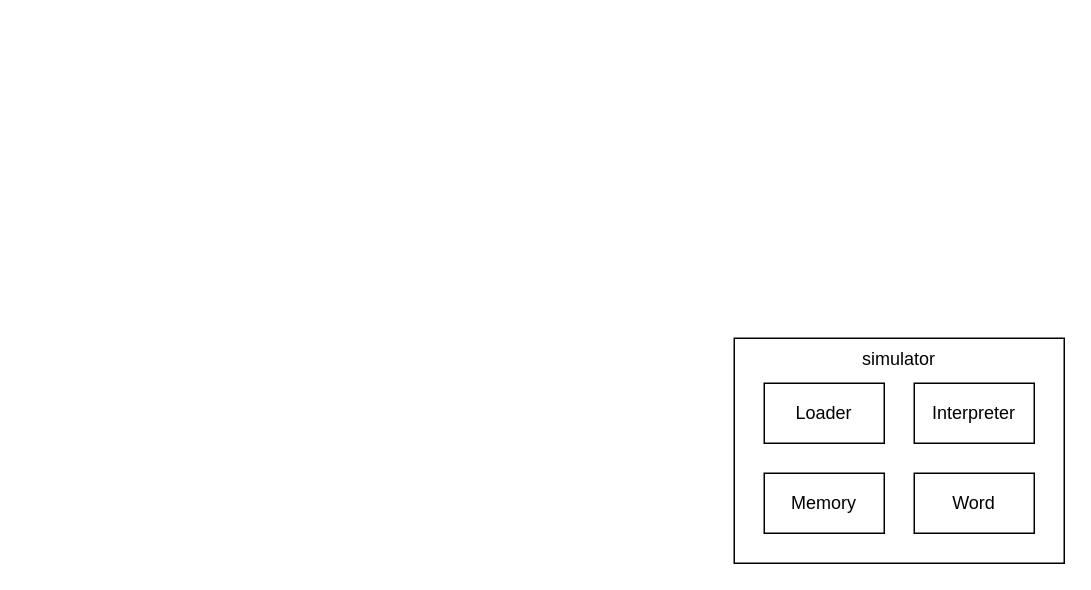
The draw.io diagram cse3903/high_level_architecture.drawio in DersuG/notes, before the edit. Source tidied: cells renumbered, new cells numbered last; positions are measured from the earlier drawing's top-left corner, leaving out a move shared by most shapes. Both pictures are drawn from the tidied source at 150%, with x=0, y=0 at pixel (734, 338).
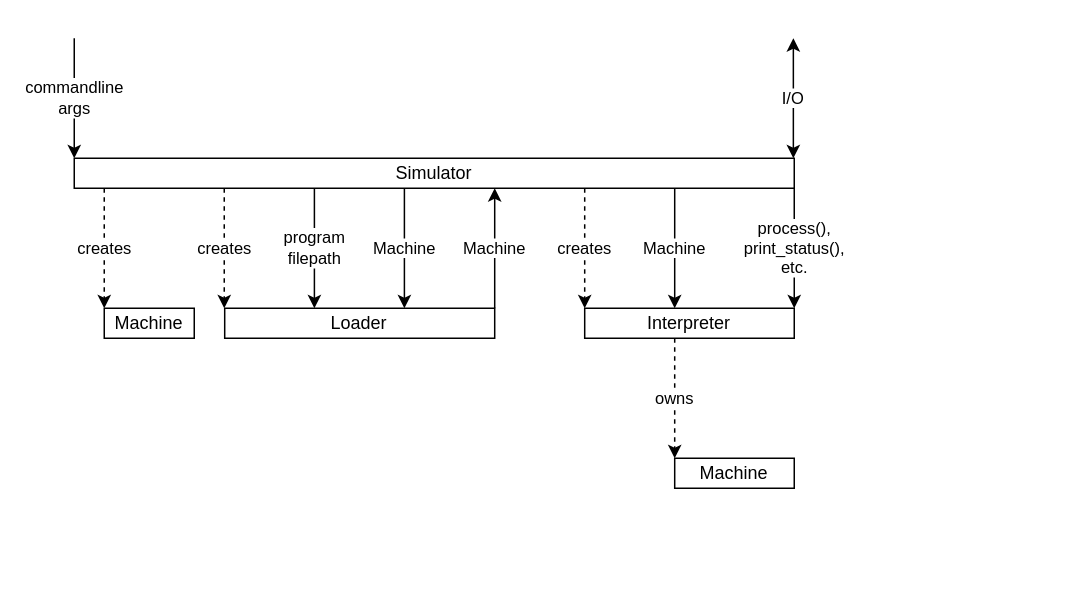
The same page after the edit.

Change to the diagram source:
```diff
@@
-    <mxCell id="2" value="simulator" style="rounded=0;whiteSpace=wrap;html=1;verticalAlign=top;" parent="1" vertex="1">
-      <mxGeometry width="220" height="150" as="geometry" />
-    </mxCell>
+    <mxCell id="7" value="Simulator" style="rounded=0;whiteSpace=wrap;html=1;" parent="1" vertex="1">
+      <mxGeometry x="-440" y="-120" width="480" height="20" as="geometry" />
+    </mxCell>
     <mxCell id="3" value="Loader" style="rounded=0;whiteSpace=wrap;html=1;" parent="1" vertex="1">
-      <mxGeometry x="20" y="30" width="80" height="40" as="geometry" />
+      <mxGeometry x="-339.7" y="-20" width="180" height="20" as="geometry" />
     </mxCell>
+    <mxCell id="8" value="commandline&lt;br&gt;args" style="endArrow=classic;html=1;rounded=0;" parent="1" edge="1">
+      <mxGeometry relative="1" as="geometry">
+        <mxPoint x="-440" y="-200" as="sourcePoint" />
+        <mxPoint x="-440" y="-120" as="targetPoint" />
+      </mxGeometry>
+    </mxCell>
+    <mxCell id="9" value="program&lt;br&gt;filepath" style="endArrow=classic;html=1;rounded=0;" parent="1" edge="1">
+      <mxGeometry relative="1" as="geometry">
+        <mxPoint x="-279.9" y="-100" as="sourcePoint" />
+        <mxPoint x="-279.9" y="-20" as="targetPoint" />
+      </mxGeometry>
+    </mxCell>
+    <mxCell id="10" value="Machine" style="endArrow=classic;html=1;rounded=0;" parent="1" edge="1">
+      <mxGeometry relative="1" as="geometry">
+        <mxPoint x="-219.9" y="-100" as="sourcePoint" />
+        <mxPoint x="-219.9" y="-20" as="targetPoint" />
+      </mxGeometry>
+    </mxCell>
+    <mxCell id="11" value="Machine" style="endArrow=classic;html=1;rounded=0;" parent="1" edge="1">
+      <mxGeometry relative="1" as="geometry">
+        <mxPoint x="-159.7" y="-20" as="sourcePoint" />
+        <mxPoint x="-159.7" y="-100" as="targetPoint" />
+      </mxGeometry>
+    </mxCell>
     <mxCell id="4" value="Interpreter" style="rounded=0;whiteSpace=wrap;html=1;" parent="1" vertex="1">
-      <mxGeometry x="120" y="30" width="80" height="40" as="geometry" />
+      <mxGeometry x="-99.7" y="-20" width="139.7" height="20" as="geometry" />
     </mxCell>
-    <mxCell id="5" value="Memory" style="rounded=0;whiteSpace=wrap;html=1;" parent="1" vertex="1">
-      <mxGeometry x="20" y="90" width="80" height="40" as="geometry" />
-    </mxCell>
-    <mxCell id="6" value="Word" style="rounded=0;whiteSpace=wrap;html=1;" parent="1" vertex="1">
-      <mxGeometry x="120" y="90" width="80" height="40" as="geometry" />
-    </mxCell>
+    <mxCell id="12" value="Machine" style="endArrow=classic;html=1;rounded=0;" parent="1" edge="1">
+      <mxGeometry relative="1" as="geometry">
+        <mxPoint x="-39.7" y="-100" as="sourcePoint" />
+        <mxPoint x="-39.7" y="-20" as="targetPoint" />
+      </mxGeometry>
+    </mxCell>
+    <mxCell id="13" value="process(),&lt;br&gt;print_status(),&lt;br&gt;etc." style="endArrow=classic;html=1;rounded=0;" parent="1" edge="1">
+      <mxGeometry relative="1" as="geometry">
+        <mxPoint x="40" y="-100" as="sourcePoint" />
+        <mxPoint x="40" y="-20" as="targetPoint" />
+      </mxGeometry>
+    </mxCell>
+    <mxCell id="14" value="Machine" style="rounded=0;whiteSpace=wrap;html=1;" parent="1" vertex="1">
+      <mxGeometry x="-420" y="-20" width="60" height="20" as="geometry" />
+    </mxCell>
+    <mxCell id="15" value="creates" style="endArrow=classic;html=1;rounded=0;edgeStyle=orthogonalEdgeStyle;dashed=1;" parent="1" edge="1">
+      <mxGeometry relative="1" as="geometry">
+        <mxPoint x="-420" y="-100" as="sourcePoint" />
+        <mxPoint x="-420" y="-20" as="targetPoint" />
+        <Array as="points">
+          <mxPoint x="-420" y="-30" />
+          <mxPoint x="-420" y="-30" />
+        </Array>
+      </mxGeometry>
+    </mxCell>
+    <mxCell id="16" value="Machine" style="rounded=0;whiteSpace=wrap;html=1;" parent="1" vertex="1">
+      <mxGeometry x="-39.7" y="80" width="79.7" height="20" as="geometry" />
+    </mxCell>
+    <mxCell id="17" value="owns" style="endArrow=classic;html=1;rounded=0;edgeStyle=orthogonalEdgeStyle;dashed=1;" parent="1" edge="1">
+      <mxGeometry relative="1" as="geometry">
+        <mxPoint x="-39.7" as="sourcePoint" />
+        <mxPoint x="-39.7" y="80" as="targetPoint" />
+        <Array as="points">
+          <mxPoint x="-39.7" y="70" />
+          <mxPoint x="-39.7" y="70" />
+        </Array>
+      </mxGeometry>
+    </mxCell>
+    <mxCell id="18" value="creates" style="endArrow=classic;html=1;rounded=0;edgeStyle=orthogonalEdgeStyle;dashed=1;" parent="1" edge="1">
+      <mxGeometry relative="1" as="geometry">
+        <mxPoint x="-340" y="-100" as="sourcePoint" />
+        <mxPoint x="-340" y="-20" as="targetPoint" />
+        <Array as="points">
+          <mxPoint x="-340" y="-30" />
+          <mxPoint x="-340" y="-30" />
+        </Array>
+      </mxGeometry>
+    </mxCell>
+    <mxCell id="19" value="creates" style="endArrow=classic;html=1;rounded=0;edgeStyle=orthogonalEdgeStyle;dashed=1;" parent="1" edge="1">
+      <mxGeometry relative="1" as="geometry">
+        <mxPoint x="-99.7" y="-100" as="sourcePoint" />
+        <mxPoint x="-99.7" y="-20" as="targetPoint" />
+        <Array as="points">
+          <mxPoint x="-99.7" y="-30" />
+          <mxPoint x="-99.7" y="-30" />
+        </Array>
+      </mxGeometry>
+    </mxCell>
+    <mxCell id="20" value="I/O" style="endArrow=classic;html=1;rounded=0;startArrow=classic;startFill=1;" parent="1" edge="1">
+      <mxGeometry relative="1" as="geometry">
+        <mxPoint x="39.4" y="-200" as="sourcePoint" />
+        <mxPoint x="39.4" y="-120" as="targetPoint" />
+      </mxGeometry>
+    </mxCell>
```
